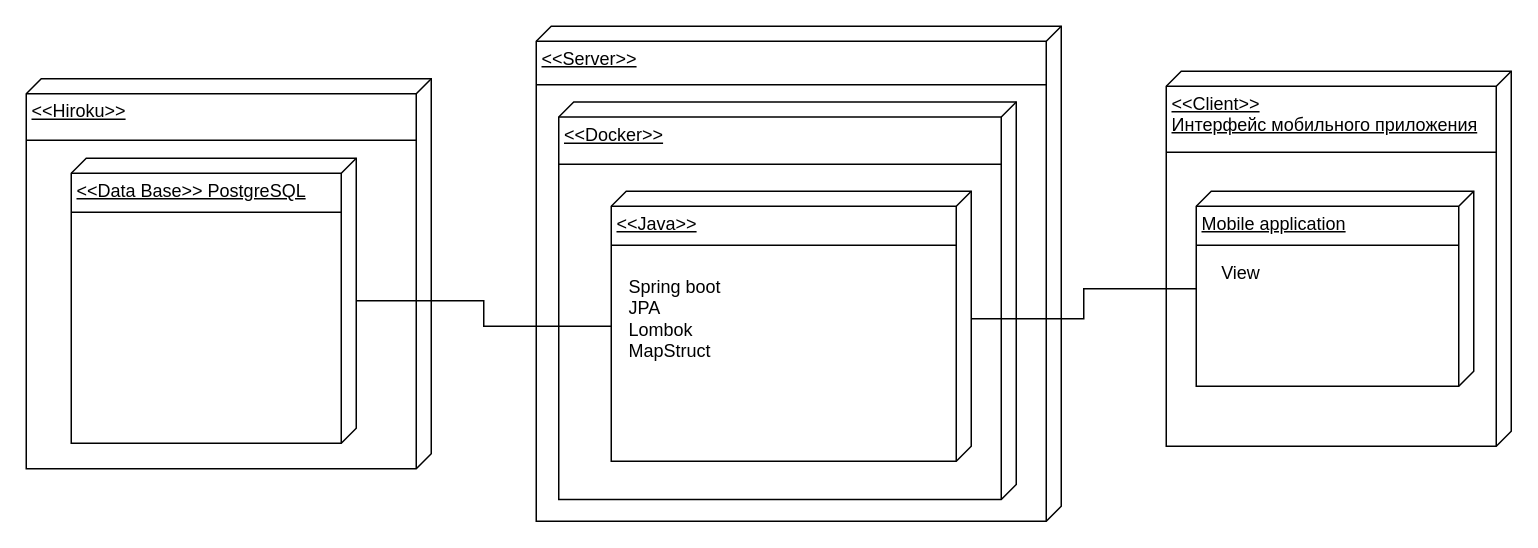
Before: Диаграммы/Диаграмма развертывания/Диаграмма развертывания.drawio in Roman-30/--5.2-1, a draw.io diagram. Source tidied: cells renumbered, new cells numbered last; positions are measured from the earlier drawing's top-left corner, leaving out a move shared by most shapes. Both pictures are drawn from the tidied source at 150%, with x=0, y=0 at pixel (26, 26).
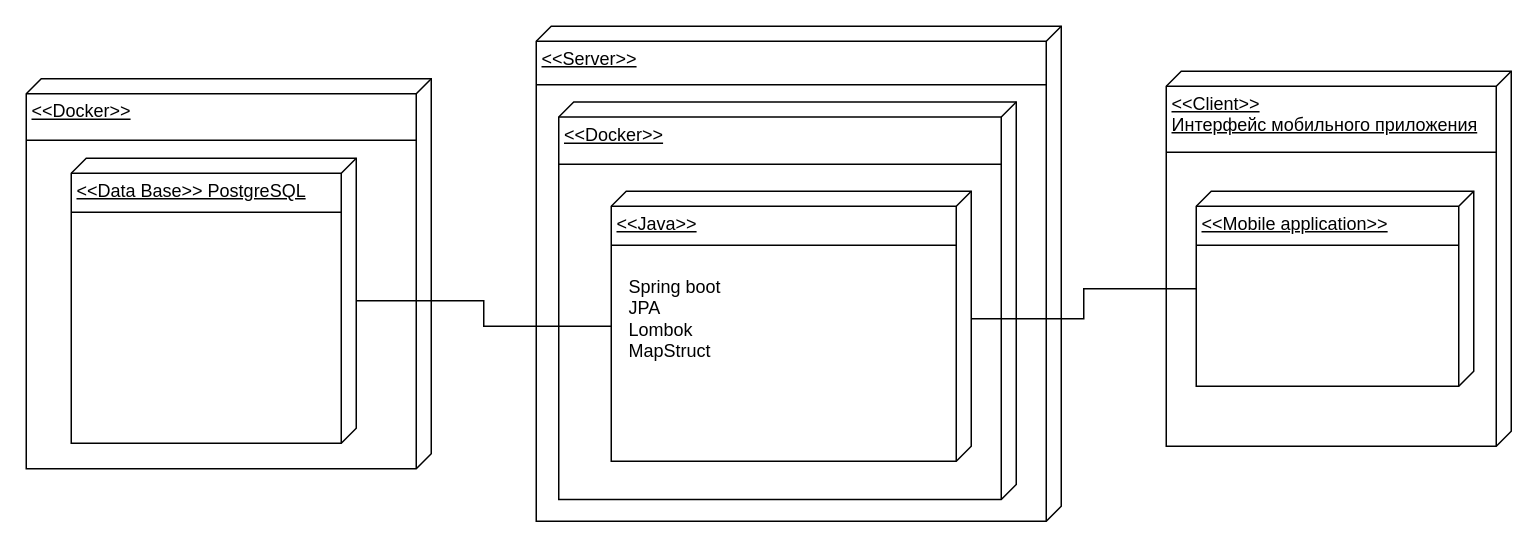
The same page after the edit.

Change to the diagram source:
```diff
@@
 <mxGraphModel>
   <root>
     <mxCell id="0" />
     <mxCell id="1" parent="0" />
     <mxCell id="2" value="&amp;lt;&amp;lt;Server&amp;gt;&amp;gt;&lt;br&gt;" style="verticalAlign=top;align=left;spacingTop=8;spacingLeft=2;spacingRight=12;shape=cube;size=10;direction=south;fontStyle=4;html=1;whiteSpace=wrap;" parent="1" vertex="1">
       <mxGeometry x="340" width="350" height="330" as="geometry" />
     </mxCell>
     <mxCell id="3" value="&amp;lt;&amp;lt;Client&amp;gt;&amp;gt;&lt;br&gt;Интерфейс мобильного приложения" style="verticalAlign=top;align=left;spacingTop=8;spacingLeft=2;spacingRight=12;shape=cube;size=10;direction=south;fontStyle=4;html=1;whiteSpace=wrap;" parent="1" vertex="1">
       <mxGeometry x="760" y="30" width="230" height="250" as="geometry" />
     </mxCell>
     <mxCell id="4" style="line;strokeWidth=1;fillColor=none;align=left;verticalAlign=middle;spacingTop=-1;spacingLeft=3;spacingRight=3;labelPosition=right;strokeColor=inherit;" parent="1" vertex="1">
       <mxGeometry x="760" y="80" width="220" height="8" as="geometry" />
     </mxCell>
-    <mxCell id="5" value="Mobile application" style="verticalAlign=top;align=left;spacingTop=8;spacingLeft=2;spacingRight=12;shape=cube;size=10;direction=south;fontStyle=4;html=1;whiteSpace=wrap;" parent="1" vertex="1">
+    <mxCell id="5" value="&amp;lt;&amp;lt;Mobile application&amp;gt;&amp;gt;" style="verticalAlign=top;align=left;spacingTop=8;spacingLeft=2;spacingRight=12;shape=cube;size=10;direction=south;fontStyle=4;html=1;whiteSpace=wrap;" parent="1" vertex="1">
       <mxGeometry x="780" y="110" width="185" height="130" as="geometry" />
     </mxCell>
     <mxCell id="6" style="line;strokeWidth=1;fillColor=none;align=left;verticalAlign=middle;spacingTop=-1;spacingLeft=3;spacingRight=3;labelPosition=right;strokeColor=inherit;" parent="1" vertex="1">
       <mxGeometry x="780" y="142" width="175" height="8" as="geometry" />
     </mxCell>
-    <mxCell id="7" value="View" style="text;html=1;strokeColor=none;fillColor=none;align=center;verticalAlign=middle;whiteSpace=wrap;rounded=0;" parent="1" vertex="1">
-      <mxGeometry x="780" y="150" width="60" height="30" as="geometry" />
-    </mxCell>
-    <mxCell id="8" value="&amp;lt;&amp;lt;Hiroku&amp;gt;&amp;gt;" style="verticalAlign=top;align=left;spacingTop=8;spacingLeft=2;spacingRight=12;shape=cube;size=10;direction=south;fontStyle=4;html=1;whiteSpace=wrap;" parent="1" vertex="1">
+    <mxCell id="8" value="&amp;lt;&amp;lt;Docker&amp;gt;&amp;gt;" style="verticalAlign=top;align=left;spacingTop=8;spacingLeft=2;spacingRight=12;shape=cube;size=10;direction=south;fontStyle=4;html=1;whiteSpace=wrap;" parent="1" vertex="1">
       <mxGeometry y="35" width="270" height="260" as="geometry" />
     </mxCell>
     <mxCell id="9" value="&amp;lt;&amp;lt;Data Base&amp;gt;&amp;gt;&amp;nbsp;PostgreSQL" style="verticalAlign=top;align=left;spacingTop=8;spacingLeft=2;spacingRight=12;shape=cube;size=10;direction=south;fontStyle=4;html=1;whiteSpace=wrap;" parent="1" vertex="1">
       <mxGeometry x="30" y="88" width="190" height="190" as="geometry" />
     </mxCell>
     <mxCell id="10" value="&amp;lt;&amp;lt;Docker&amp;gt;&amp;gt;" style="verticalAlign=top;align=left;spacingTop=8;spacingLeft=2;spacingRight=12;shape=cube;size=10;direction=south;fontStyle=4;html=1;whiteSpace=wrap;" parent="1" vertex="1">
       <mxGeometry x="355" y="50.5" width="305" height="265" as="geometry" />
     </mxCell>
     <mxCell id="11" value="&amp;lt;&amp;lt;Java&amp;gt;&amp;gt;" style="verticalAlign=top;align=left;spacingTop=8;spacingLeft=2;spacingRight=12;shape=cube;size=10;direction=south;fontStyle=4;html=1;whiteSpace=wrap;" parent="1" vertex="1">
       <mxGeometry x="390" y="110" width="240" height="180" as="geometry" />
     </mxCell>
     <mxCell id="12" style="line;strokeWidth=1;fillColor=none;align=left;verticalAlign=middle;spacingTop=-1;spacingLeft=3;spacingRight=3;labelPosition=right;strokeColor=inherit;" parent="1" vertex="1">
       <mxGeometry x="390" y="142" width="230" height="8" as="geometry" />
     </mxCell>
     <mxCell id="13" value="&lt;font style=&quot;font-size: 12px;&quot;&gt;Spring boot&lt;br&gt;JPA&lt;br&gt;Lombok&lt;br&gt;MapStruct&lt;br&gt;&lt;/font&gt;" style="text;html=1;strokeColor=none;fillColor=none;align=left;verticalAlign=middle;whiteSpace=wrap;rounded=0;" parent="1" vertex="1">
       <mxGeometry x="400" y="180" width="70" height="30" as="geometry" />
     </mxCell>
     <mxCell id="14" style="line;strokeWidth=1;fillColor=none;align=left;verticalAlign=middle;spacingTop=-1;spacingLeft=3;spacingRight=3;labelPosition=right;strokeColor=inherit;" parent="1" vertex="1">
       <mxGeometry x="30" y="120" width="180" height="8" as="geometry" />
     </mxCell>
     <mxCell id="15" style="line;strokeWidth=1;fillColor=none;align=left;verticalAlign=middle;spacingTop=-1;spacingLeft=3;spacingRight=3;labelPosition=right;strokeColor=inherit;" parent="1" vertex="1">
       <mxGeometry y="72" width="260" height="8" as="geometry" />
     </mxCell>
     <mxCell id="16" style="line;strokeWidth=1;fillColor=none;align=left;verticalAlign=middle;spacingTop=-1;spacingLeft=3;spacingRight=3;labelPosition=right;strokeColor=inherit;" parent="1" vertex="1">
       <mxGeometry x="355" y="88" width="295" height="8" as="geometry" />
     </mxCell>
     <mxCell id="17" style="line;strokeWidth=1;fillColor=none;align=left;verticalAlign=middle;spacingTop=-1;spacingLeft=3;spacingRight=3;labelPosition=right;strokeColor=inherit;" parent="1" vertex="1">
       <mxGeometry x="340" y="35" width="340" height="8" as="geometry" />
     </mxCell>
     <mxCell id="18" style="edgeStyle=orthogonalEdgeStyle;rounded=0;jettySize=auto;html=1;endArrow=none;endFill=0;" parent="1" edge="1" source="9" target="11">
       <mxGeometry relative="1" as="geometry" />
     </mxCell>
     <mxCell id="19" style="edgeStyle=orthogonalEdgeStyle;rounded=0;jettySize=auto;html=1;exitX=0;exitY=0;exitDx=85;exitDy=0;exitPerimeter=0;endArrow=none;endFill=0;" parent="1" edge="1" source="11" target="5">
       <mxGeometry relative="1" as="geometry" />
     </mxCell>
   </root>
 </mxGraphModel>
```
